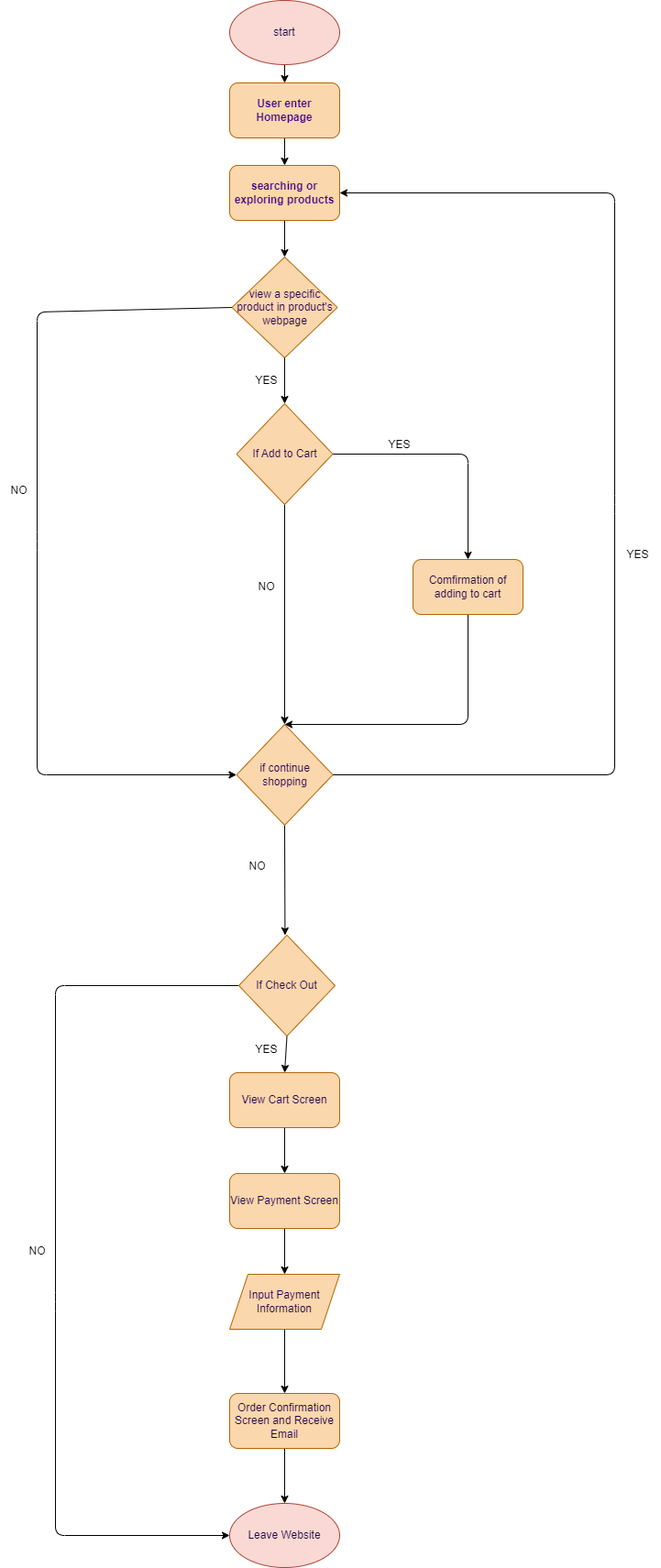
This is explore/diagramming/diagram.drawio.png from SoulCoder3/sp24-cse110-lab4, a draw.io export, as it was before one commit. Source tidied: cells renumbered, new cells last; positions are measured from the earlier drawing's top-left corner, leaving out a move shared by most shapes.
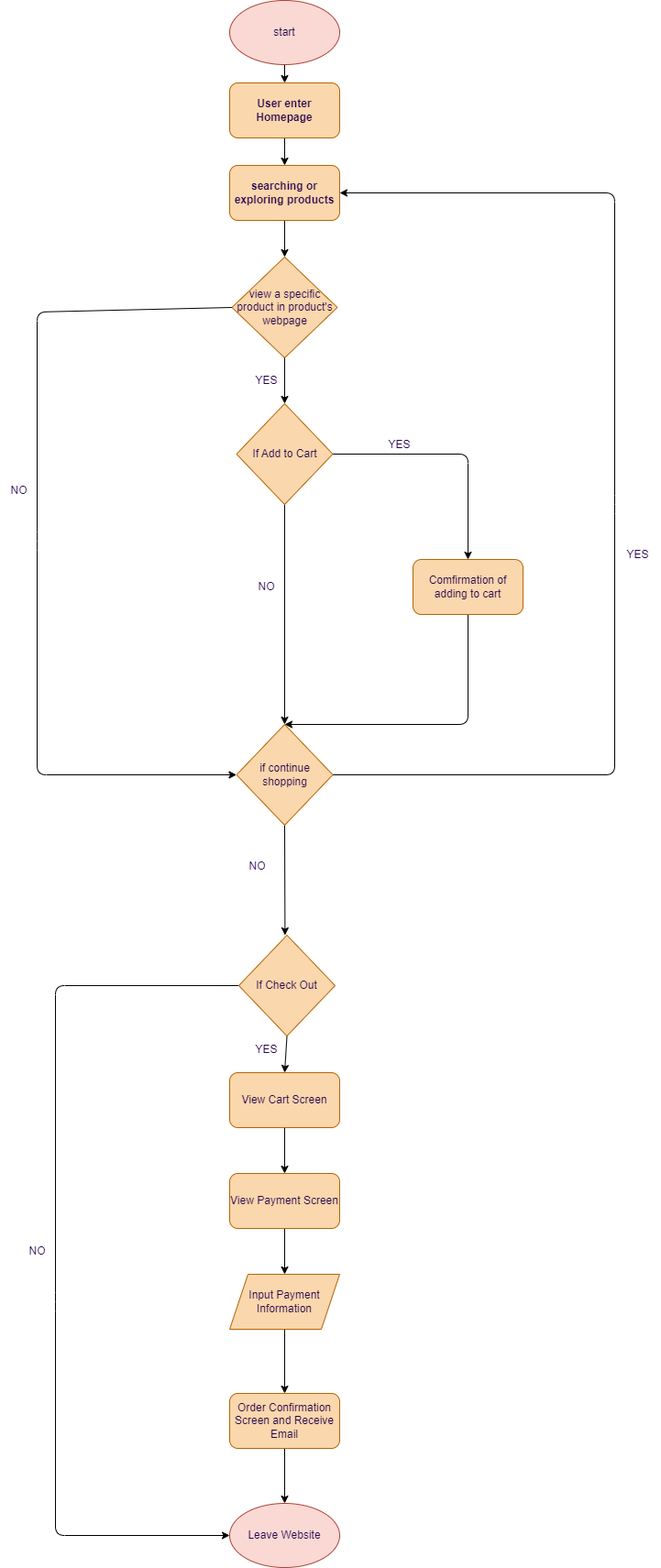
Above is the later version.

Change to the diagram source:
```diff
@@ -5,10 +5,10 @@
     <mxCell id="2" style="edgeStyle=none;html=1;exitX=0.5;exitY=1;exitDx=0;exitDy=0;entryX=0.5;entryY=0;entryDx=0;entryDy=0;fontColor=#24004D;" parent="1" edge="1" source="3" target="7">
       <mxGeometry relative="1" as="geometry" />
     </mxCell>
-    <mxCell id="3" value="User enter Homepage" style="rounded=1;whiteSpace=wrap;html=1;fillColor=#fad7ac;strokeColor=#b46504;fontStyle=1;fontColor=#3F0087;" parent="1" vertex="1">
+    <mxCell id="3" value="User enter Homepage" style="rounded=1;whiteSpace=wrap;html=1;fillColor=#fad7ac;strokeColor=#b46504;fontStyle=1;fontColor=#24004D;" parent="1" vertex="1">
       <mxGeometry x="250" y="90" width="120" height="60" as="geometry" />
     </mxCell>
-    <mxCell id="4" style="edgeStyle=none;html=1;entryX=0.5;entryY=0;entryDx=0;entryDy=0;fontColor=#1D003D;" parent="1" edge="1" source="5" target="3">
+    <mxCell id="4" style="edgeStyle=none;html=1;entryX=0.5;entryY=0;entryDx=0;entryDy=0;fontColor=#24004D;" parent="1" edge="1" source="5" target="3">
       <mxGeometry relative="1" as="geometry" />
     </mxCell>
     <mxCell id="5" value="start" style="ellipse;whiteSpace=wrap;html=1;fillColor=#fad9d5;strokeColor=#ae4132;fontColor=#1D003D;" parent="1" vertex="1">
@@ -17,10 +17,10 @@
     <mxCell id="6" style="edgeStyle=none;html=1;exitX=0.5;exitY=1;exitDx=0;exitDy=0;entryX=0.5;entryY=0;entryDx=0;entryDy=0;fontColor=#24004D;" parent="1" edge="1" source="7" target="10">
       <mxGeometry relative="1" as="geometry" />
     </mxCell>
-    <mxCell id="7" value="searching or&lt;br&gt;exploring products" style="rounded=1;whiteSpace=wrap;html=1;fillColor=#fad7ac;strokeColor=#b46504;fontStyle=1;fontColor=#3F0087;" parent="1" vertex="1">
+    <mxCell id="7" value="searching or&lt;br&gt;exploring products" style="rounded=1;whiteSpace=wrap;html=1;fillColor=#fad7ac;strokeColor=#b46504;fontStyle=1;fontColor=#24004D;" parent="1" vertex="1">
       <mxGeometry x="250" y="180" width="120" height="60" as="geometry" />
     </mxCell>
-    <mxCell id="8" style="edgeStyle=none;html=1;fontColor=#FFFFFF;startArrow=none;entryX=0.5;entryY=0;entryDx=0;entryDy=0;" parent="1" edge="1" target="31">
+    <mxCell id="8" style="edgeStyle=none;html=1;fontColor=#24004D;startArrow=none;entryX=0.5;entryY=0;entryDx=0;entryDy=0;" parent="1" edge="1" target="31">
       <mxGeometry relative="1" as="geometry">
         <mxPoint x="310" y="410" as="sourcePoint" />
       </mxGeometry>
@@ -34,15 +34,15 @@
         </Array>
       </mxGeometry>
     </mxCell>
-    <mxCell id="10" value="view a specific product in product's webpage" style="rhombus;whiteSpace=wrap;html=1;fillColor=#fad7ac;strokeColor=#b46504;fontColor=#25004F;" parent="1" vertex="1">
+    <mxCell id="10" value="view a specific product in product's webpage" style="rhombus;whiteSpace=wrap;html=1;fillColor=#fad7ac;strokeColor=#b46504;fontColor=#24004D;" parent="1" vertex="1">
       <mxGeometry x="252.5" y="280" width="115" height="110" as="geometry" />
     </mxCell>
-    <mxCell id="11" style="edgeStyle=none;html=1;fontColor=#FFFFFF;endArrow=none;" parent="1" edge="1" source="10">
+    <mxCell id="11" style="edgeStyle=none;html=1;fontColor=#24004D;endArrow=none;" parent="1" edge="1" source="10">
       <mxGeometry relative="1" as="geometry">
         <mxPoint x="310" y="420" as="targetPoint" />
       </mxGeometry>
     </mxCell>
-    <mxCell id="12" style="edgeStyle=none;html=1;fontColor=#FFFFFF;exitX=0.5;exitY=1;exitDx=0;exitDy=0;" parent="1" edge="1" source="32">
+    <mxCell id="12" style="edgeStyle=none;html=1;fontColor=#24004D;exitX=0.5;exitY=1;exitDx=0;exitDy=0;" parent="1" edge="1" source="32">
       <mxGeometry relative="1" as="geometry">
         <mxPoint x="310" y="790" as="targetPoint" />
         <Array as="points">
@@ -50,7 +50,7 @@
         </Array>
       </mxGeometry>
     </mxCell>
-    <mxCell id="13" style="edgeStyle=none;html=1;exitX=1;exitY=0.5;exitDx=0;exitDy=0;entryX=1;entryY=0.5;entryDx=0;entryDy=0;fontColor=#FFFFFF;" parent="1" edge="1" source="15" target="7">
+    <mxCell id="13" style="edgeStyle=none;html=1;exitX=1;exitY=0.5;exitDx=0;exitDy=0;entryX=1;entryY=0.5;entryDx=0;entryDy=0;fontColor=#24004D;" parent="1" edge="1" source="15" target="7">
       <mxGeometry relative="1" as="geometry">
         <Array as="points">
           <mxPoint x="670" y="845" />
@@ -59,18 +59,18 @@
         </Array>
       </mxGeometry>
     </mxCell>
-    <mxCell id="14" style="edgeStyle=none;html=1;exitX=0.5;exitY=1;exitDx=0;exitDy=0;fontColor=#FFFFFF;" parent="1" edge="1" source="15">
+    <mxCell id="14" style="edgeStyle=none;html=1;exitX=0.5;exitY=1;exitDx=0;exitDy=0;fontColor=#24004D;" parent="1" edge="1" source="15">
       <mxGeometry relative="1" as="geometry">
         <mxPoint x="310.4" y="1020" as="targetPoint" />
       </mxGeometry>
     </mxCell>
-    <mxCell id="15" value="if continue shopping" style="rhombus;whiteSpace=wrap;html=1;fillColor=#fad7ac;strokeColor=#b46504;fontColor=#25004F;" parent="1" vertex="1">
+    <mxCell id="15" value="if continue shopping" style="rhombus;whiteSpace=wrap;html=1;fillColor=#fad7ac;strokeColor=#b46504;fontColor=#24004D;" parent="1" vertex="1">
       <mxGeometry x="257.5" y="790" width="105" height="110" as="geometry" />
     </mxCell>
-    <mxCell id="16" value="YES" style="text;strokeColor=none;fillColor=none;align=left;verticalAlign=middle;spacingLeft=4;spacingRight=4;overflow=hidden;whiteSpace=wrap;html=1;fontColor=#FFFFFF;" parent="1" vertex="1">
+    <mxCell id="16" value="YES" style="text;strokeColor=none;fillColor=none;align=left;verticalAlign=middle;spacingLeft=4;spacingRight=4;overflow=hidden;whiteSpace=wrap;html=1;fontColor=#24004D;" parent="1" vertex="1">
       <mxGeometry x="490" y="640" width="80" height="30" as="geometry" />
     </mxCell>
-    <mxCell id="17" style="edgeStyle=none;html=1;exitX=0.5;exitY=1;exitDx=0;exitDy=0;fontColor=#FFFFFF;entryX=0.5;entryY=0;entryDx=0;entryDy=0;" parent="1" edge="1" source="19" target="21">
+    <mxCell id="17" style="edgeStyle=none;html=1;exitX=0.5;exitY=1;exitDx=0;exitDy=0;fontColor=#24004D;entryX=0.5;entryY=0;entryDx=0;entryDy=0;" parent="1" edge="1" source="19" target="21">
       <mxGeometry relative="1" as="geometry" />
     </mxCell>
     <mxCell id="18" style="edgeStyle=none;html=1;entryX=0;entryY=0.5;entryDx=0;entryDy=0;fontColor=#24004D;exitX=0;exitY=0.5;exitDx=0;exitDy=0;" parent="1" edge="1" source="19" target="28">
@@ -82,7 +82,7 @@
         </Array>
       </mxGeometry>
     </mxCell>
-    <mxCell id="19" value="If Check Out" style="rhombus;whiteSpace=wrap;html=1;fillColor=#fad7ac;strokeColor=#b46504;fontColor=#25004F;" parent="1" vertex="1">
+    <mxCell id="19" value="If Check Out" style="rhombus;whiteSpace=wrap;html=1;fillColor=#fad7ac;strokeColor=#b46504;fontColor=#24004D;" parent="1" vertex="1">
       <mxGeometry x="260" y="1020" width="105" height="110" as="geometry" />
     </mxCell>
     <mxCell id="20" style="edgeStyle=none;html=1;exitX=0.5;exitY=1;exitDx=0;exitDy=0;fontColor=#24004D;entryX=0.5;entryY=0;entryDx=0;entryDy=0;entryPerimeter=0;" parent="1" edge="1" source="21" target="23">
@@ -109,7 +109,7 @@
     <mxCell id="27" value="Order Confirmation Screen and Receive Email" style="rounded=1;whiteSpace=wrap;html=1;fillColor=#fad7ac;strokeColor=#b46504;fontColor=#24004D;" parent="1" vertex="1">
       <mxGeometry x="250" y="1520" width="120" height="60" as="geometry" />
     </mxCell>
-    <mxCell id="28" value="Leave Website" style="ellipse;whiteSpace=wrap;html=1;fillColor=#fad9d5;strokeColor=#ae4132;fontColor=#1D003D;" parent="1" vertex="1">
+    <mxCell id="28" value="Leave Website" style="ellipse;whiteSpace=wrap;html=1;fillColor=#fad9d5;strokeColor=#ae4132;fontColor=#24004D;" parent="1" vertex="1">
       <mxGeometry x="250" y="1640" width="120" height="70" as="geometry" />
     </mxCell>
     <mxCell id="29" style="edgeStyle=none;html=1;exitX=1;exitY=0.5;exitDx=0;exitDy=0;entryX=0.5;entryY=0;entryDx=0;entryDy=0;fontColor=#24004D;" parent="1" edge="1" source="31" target="32">
@@ -122,34 +122,34 @@
     <mxCell id="30" style="edgeStyle=none;html=1;exitX=0.5;exitY=1;exitDx=0;exitDy=0;entryX=0.5;entryY=0;entryDx=0;entryDy=0;fontColor=#24004D;" parent="1" edge="1" source="31" target="15">
       <mxGeometry relative="1" as="geometry" />
     </mxCell>
-    <mxCell id="31" value="If Add to Cart" style="rhombus;whiteSpace=wrap;html=1;fillColor=#fad7ac;strokeColor=#b46504;fontColor=#25004F;" parent="1" vertex="1">
+    <mxCell id="31" value="If Add to Cart" style="rhombus;whiteSpace=wrap;html=1;fillColor=#fad7ac;strokeColor=#b46504;fontColor=#24004D;" parent="1" vertex="1">
       <mxGeometry x="257.5" y="440" width="105" height="110" as="geometry" />
     </mxCell>
-    <mxCell id="32" value="&lt;span style=&quot;color: rgb(37, 0, 79); font-weight: 400;&quot;&gt;Comfirmation of adding to cart&lt;/span&gt;" style="rounded=1;whiteSpace=wrap;html=1;fillColor=#fad7ac;strokeColor=#b46504;fontStyle=1;fontColor=#3F0087;" parent="1" vertex="1">
+    <mxCell id="32" value="&lt;span style=&quot;font-weight: 400;&quot;&gt;Comfirmation of adding to cart&lt;/span&gt;" style="rounded=1;whiteSpace=wrap;html=1;fillColor=#fad7ac;strokeColor=#b46504;fontStyle=1;fontColor=#24004D;" parent="1" vertex="1">
       <mxGeometry x="450" y="610" width="120" height="60" as="geometry" />
     </mxCell>
-    <mxCell id="33" value="NO" style="text;html=1;align=center;verticalAlign=middle;strokeColor=none;fillColor=none;" parent="1" vertex="1">
+    <mxCell id="33" value="NO" style="text;html=1;align=center;verticalAlign=middle;strokeColor=none;fillColor=none;fontColor=#24004D;" parent="1" vertex="1">
       <mxGeometry y="520" width="40" height="30" as="geometry" />
     </mxCell>
-    <mxCell id="34" value="NO" style="text;html=1;align=center;verticalAlign=middle;strokeColor=none;fillColor=none;" parent="1" vertex="1">
+    <mxCell id="34" value="NO" style="text;html=1;align=center;verticalAlign=middle;strokeColor=none;fillColor=none;fontColor=#24004D;" parent="1" vertex="1">
       <mxGeometry x="270" y="625" width="40" height="30" as="geometry" />
     </mxCell>
-    <mxCell id="35" value="NO" style="text;html=1;align=center;verticalAlign=middle;strokeColor=none;fillColor=none;" parent="1" vertex="1">
+    <mxCell id="35" value="NO" style="text;html=1;align=center;verticalAlign=middle;strokeColor=none;fillColor=none;fontColor=#24004D;" parent="1" vertex="1">
       <mxGeometry x="260" y="930" width="40" height="30" as="geometry" />
     </mxCell>
-    <mxCell id="36" value="NO" style="text;html=1;align=center;verticalAlign=middle;strokeColor=none;fillColor=none;" parent="1" vertex="1">
+    <mxCell id="36" value="NO" style="text;html=1;align=center;verticalAlign=middle;strokeColor=none;fillColor=none;fontColor=#24004D;" parent="1" vertex="1">
       <mxGeometry x="20" y="1350" width="40" height="30" as="geometry" />
     </mxCell>
-    <mxCell id="37" value="YES" style="text;html=1;align=center;verticalAlign=middle;strokeColor=none;fillColor=none;" parent="1" vertex="1">
+    <mxCell id="37" value="YES" style="text;html=1;align=center;verticalAlign=middle;strokeColor=none;fillColor=none;fontColor=#24004D;" parent="1" vertex="1">
       <mxGeometry x="265" y="400" width="50" height="30" as="geometry" />
     </mxCell>
-    <mxCell id="38" value="YES" style="text;html=1;align=center;verticalAlign=middle;strokeColor=none;fillColor=none;" parent="1" vertex="1">
+    <mxCell id="38" value="YES" style="text;html=1;align=center;verticalAlign=middle;strokeColor=none;fillColor=none;fontColor=#24004D;" parent="1" vertex="1">
       <mxGeometry x="410" y="470" width="50" height="30" as="geometry" />
     </mxCell>
-    <mxCell id="39" value="YES" style="text;html=1;align=center;verticalAlign=middle;strokeColor=none;fillColor=none;" parent="1" vertex="1">
+    <mxCell id="39" value="YES" style="text;html=1;align=center;verticalAlign=middle;strokeColor=none;fillColor=none;fontColor=#24004D;" parent="1" vertex="1">
       <mxGeometry x="265" y="1130" width="50" height="30" as="geometry" />
     </mxCell>
-    <mxCell id="40" value="YES" style="text;html=1;align=center;verticalAlign=middle;strokeColor=none;fillColor=none;" parent="1" vertex="1">
+    <mxCell id="40" value="YES" style="text;html=1;align=center;verticalAlign=middle;strokeColor=none;fillColor=none;fontColor=#24004D;" parent="1" vertex="1">
       <mxGeometry x="670" y="590" width="50" height="30" as="geometry" />
     </mxCell>
   </root>
```
